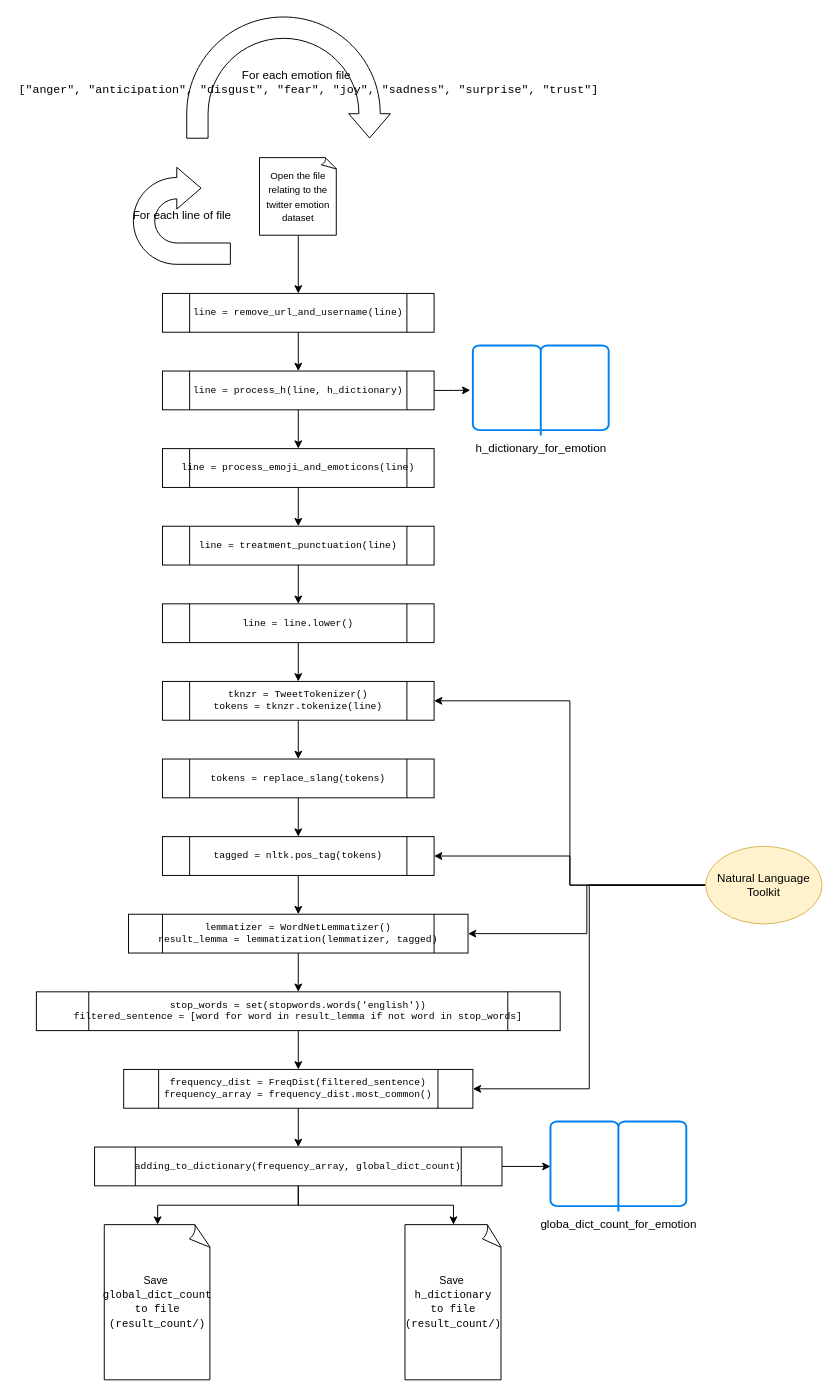
Above: silde/Untitled Diagram.drawio in lucaMari94/mongodb-sentiment-analysis (draw.io), before the change. Source tidied: cells renumbered, new cells numbered last; positions are measured from the earlier drawing's top-left corner, leaving out a move shared by most shapes. Both pictures are drawn from the tidied source at 97%, with x=0, y=0 at pixel (16, -25).
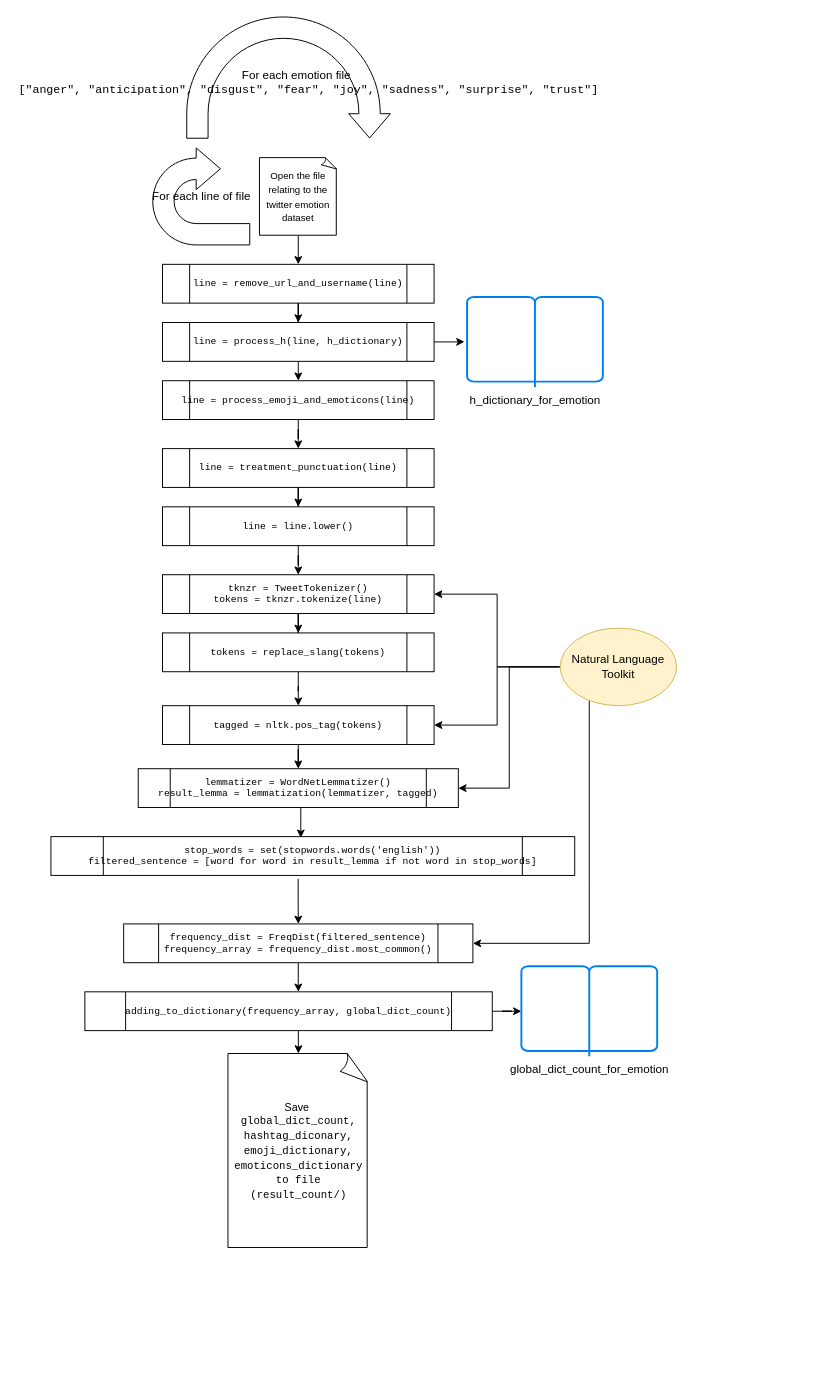
The same page after the edit.

Unchanged cells that the change refers to:
```xml
<mxCell id="5" value="&lt;font style=&quot;font-size: 10px&quot;&gt;Open the file relating to the twitter emotion dataset&lt;/font&gt;" style="whiteSpace=wrap;html=1;shape=mxgraph.basic.document;" parent="1" vertex="1">
  <mxGeometry x="250" y="188" width="80" height="80" as="geometry" />
</mxCell>
```

Diff of the diagram source:
```diff
@@
-    <mxCell id="2" style="edgeStyle=orthogonalEdgeStyle;rounded=0;jettySize=auto;html=1;" parent="1" edge="1" source="3" target="9">
+    <mxCell id="2" style="edgeStyle=orthogonalEdgeStyle;rounded=0;jettySize=auto;html=1;entryX=0.5;entryY=0;entryDx=0;entryDy=0;" parent="1" edge="1" source="3" target="9">
       <mxGeometry relative="1" as="geometry" />
     </mxCell>
     <mxCell id="3" value="&lt;pre style=&quot;font-family: &amp;#34;consolas&amp;#34;&quot;&gt;&lt;font style=&quot;font-size: 10px&quot;&gt;line = remove_url_and_username(line)&lt;/font&gt;&lt;/pre&gt;" style="shape=process;whiteSpace=wrap;html=1;backgroundOutline=1;" parent="1" vertex="1">
-      <mxGeometry x="150" y="328" width="280" height="40" as="geometry" />
+      <mxGeometry x="150" y="298" width="280" height="40" as="geometry" />
     </mxCell>
-    <mxCell id="4" style="edgeStyle=orthogonalEdgeStyle;rounded=0;jettySize=auto;html=1;" parent="1" edge="1" source="5" target="3">
-      <mxGeometry relative="1" as="geometry" />
+    <mxCell id="4" style="edgeStyle=orthogonalEdgeStyle;rounded=0;jettySize=auto;html=1;" parent="1" edge="1" source="5">
+      <mxGeometry relative="1" as="geometry">
+        <mxPoint x="290" y="298" as="targetPoint" />
+      </mxGeometry>
     </mxCell>
@@
     <mxCell id="6" value="For each line of file" style="html=1;shadow=0;dashed=0;align=center;verticalAlign=middle;shape=mxgraph.arrows2.uTurnArrow;dy=11;arrowHead=43;dx2=25;" parent="1" vertex="1">
-      <mxGeometry x="120" y="198" width="100" height="100" as="geometry" />
+      <mxGeometry x="140" y="178" width="100" height="100" as="geometry" />
     </mxCell>
-    <mxCell id="7" style="edgeStyle=orthogonalEdgeStyle;rounded=0;jettySize=auto;html=1;" parent="1" edge="1" source="9" target="11">
-      <mxGeometry relative="1" as="geometry" />
+    <mxCell id="7" style="edgeStyle=orthogonalEdgeStyle;rounded=0;jettySize=auto;html=1;exitX=0.5;exitY=1;exitDx=0;exitDy=0;" parent="1" edge="1" source="9" target="11">
+      <mxGeometry relative="1" as="geometry">
+        <Array as="points">
+          <mxPoint x="290" y="438" />
+          <mxPoint x="280" y="438" />
+        </Array>
+      </mxGeometry>
     </mxCell>
@@
     <mxCell id="9" value="&lt;pre style=&quot;font-family: &amp;#34;consolas&amp;#34; ; font-size: 10px&quot;&gt;&lt;pre style=&quot;font-family: &amp;#34;consolas&amp;#34;&quot;&gt;line = process_h(line&lt;span&gt;, &lt;/span&gt;h_dictionary)&lt;/pre&gt;&lt;/pre&gt;" style="shape=process;whiteSpace=wrap;html=1;backgroundOutline=1;" parent="1" vertex="1">
-      <mxGeometry x="150" y="408" width="280" height="40" as="geometry" />
+      <mxGeometry x="150" y="358" width="280" height="40" as="geometry" />
     </mxCell>
-    <mxCell id="10" style="edgeStyle=orthogonalEdgeStyle;rounded=0;jettySize=auto;html=1;" parent="1" edge="1" source="11" target="13">
+    <mxCell id="10" style="edgeStyle=orthogonalEdgeStyle;rounded=0;jettySize=auto;html=1;entryX=0.5;entryY=0;entryDx=0;entryDy=0;" parent="1" edge="1" source="11" target="13">
       <mxGeometry relative="1" as="geometry" />
     </mxCell>
     <mxCell id="11" value="&lt;pre style=&quot;font-family: &amp;#34;consolas&amp;#34;&quot;&gt;&lt;pre style=&quot;font-family: &amp;#34;consolas&amp;#34;&quot;&gt;&lt;pre style=&quot;font-family: &amp;#34;consolas&amp;#34;&quot;&gt;&lt;font style=&quot;font-size: 10px&quot;&gt;line = process_emoji_and_emoticons(line)&lt;/font&gt;&lt;/pre&gt;&lt;/pre&gt;&lt;/pre&gt;" style="shape=process;whiteSpace=wrap;html=1;backgroundOutline=1;" parent="1" vertex="1">
-      <mxGeometry x="150" y="488" width="280" height="40" as="geometry" />
+      <mxGeometry x="150" y="418" width="280" height="40" as="geometry" />
     </mxCell>
-    <mxCell id="12" style="edgeStyle=orthogonalEdgeStyle;rounded=0;jettySize=auto;html=1;" parent="1" edge="1" source="13" target="15">
+    <mxCell id="12" style="edgeStyle=orthogonalEdgeStyle;rounded=0;jettySize=auto;html=1;entryX=0.5;entryY=0;entryDx=0;entryDy=0;" parent="1" edge="1" source="13" target="15">
       <mxGeometry relative="1" as="geometry" />
     </mxCell>
     <mxCell id="13" value="&lt;pre style=&quot;font-family: &amp;#34;consolas&amp;#34;&quot;&gt;&lt;pre style=&quot;font-family: &amp;#34;consolas&amp;#34;&quot;&gt;&lt;pre style=&quot;font-family: &amp;#34;consolas&amp;#34;&quot;&gt;&lt;font style=&quot;font-size: 10px&quot;&gt;line = treatment_punctuation(line)&lt;/font&gt;&lt;/pre&gt;&lt;/pre&gt;&lt;/pre&gt;" style="shape=process;whiteSpace=wrap;html=1;backgroundOutline=1;" parent="1" vertex="1">
-      <mxGeometry x="150" y="568" width="280" height="40" as="geometry" />
+      <mxGeometry x="150" y="488" width="280" height="40" as="geometry" />
     </mxCell>
@@
     <mxCell id="15" value="&lt;pre style=&quot;font-family: &amp;#34;consolas&amp;#34;&quot;&gt;&lt;pre style=&quot;font-family: &amp;#34;consolas&amp;#34;&quot;&gt;&lt;pre style=&quot;font-family: &amp;#34;consolas&amp;#34;&quot;&gt;&lt;font style=&quot;font-size: 10px&quot;&gt;line = line.lower()&lt;/font&gt;&lt;/pre&gt;&lt;/pre&gt;&lt;/pre&gt;" style="shape=process;whiteSpace=wrap;html=1;backgroundOutline=1;" parent="1" vertex="1">
-      <mxGeometry x="150" y="648" width="280" height="40" as="geometry" />
+      <mxGeometry x="150" y="548" width="280" height="40" as="geometry" />
     </mxCell>
-    <mxCell id="16" style="edgeStyle=orthogonalEdgeStyle;rounded=0;jettySize=auto;html=1;" parent="1" edge="1" source="17" target="21">
+    <mxCell id="16" style="edgeStyle=orthogonalEdgeStyle;rounded=0;jettySize=auto;html=1;entryX=0.5;entryY=0;entryDx=0;entryDy=0;" parent="1" edge="1" source="17" target="21">
       <mxGeometry relative="1" as="geometry" />
     </mxCell>
     <mxCell id="17" value="&lt;pre style=&quot;font-family: &amp;#34;consolas&amp;#34;&quot;&gt;&lt;pre style=&quot;font-family: &amp;#34;consolas&amp;#34;&quot;&gt;&lt;pre style=&quot;font-family: &amp;#34;consolas&amp;#34;&quot;&gt;&lt;pre style=&quot;font-family: &amp;#34;consolas&amp;#34;&quot;&gt;&lt;font style=&quot;font-size: 10px&quot;&gt;tokens = replace_slang(tokens)&lt;/font&gt;&lt;/pre&gt;&lt;/pre&gt;&lt;/pre&gt;&lt;/pre&gt;" style="shape=process;whiteSpace=wrap;html=1;backgroundOutline=1;" parent="1" vertex="1">
-      <mxGeometry x="150" y="808" width="280" height="40" as="geometry" />
+      <mxGeometry x="150" y="678" width="280" height="40" as="geometry" />
     </mxCell>
-    <mxCell id="18" style="edgeStyle=orthogonalEdgeStyle;rounded=0;jettySize=auto;html=1;" parent="1" edge="1" source="19" target="17">
+    <mxCell id="18" style="edgeStyle=orthogonalEdgeStyle;rounded=0;jettySize=auto;html=1;entryX=0.5;entryY=0;entryDx=0;entryDy=0;" parent="1" edge="1" source="19" target="17">
       <mxGeometry relative="1" as="geometry" />
     </mxCell>
     <mxCell id="19" value="&lt;pre style=&quot;font-family: &amp;#34;consolas&amp;#34;&quot;&gt;&lt;pre style=&quot;font-family: &amp;#34;consolas&amp;#34;&quot;&gt;&lt;pre style=&quot;font-family: &amp;#34;consolas&amp;#34; ; font-size: 10px&quot;&gt;&lt;pre style=&quot;font-family: &amp;#34;consolas&amp;#34;&quot;&gt;tknzr = TweetTokenizer()&lt;br&gt;tokens = tknzr.tokenize(line)&lt;/pre&gt;&lt;/pre&gt;&lt;/pre&gt;&lt;/pre&gt;" style="shape=process;whiteSpace=wrap;html=1;backgroundOutline=1;" parent="1" vertex="1">
-      <mxGeometry x="150" y="728" width="280" height="40" as="geometry" />
+      <mxGeometry x="150" y="618" width="280" height="40" as="geometry" />
     </mxCell>
@@
     <mxCell id="21" value="&lt;pre style=&quot;font-family: &amp;#34;consolas&amp;#34;&quot;&gt;&lt;pre style=&quot;font-family: &amp;#34;consolas&amp;#34;&quot;&gt;&lt;pre style=&quot;font-family: &amp;#34;consolas&amp;#34;&quot;&gt;&lt;pre style=&quot;font-family: &amp;#34;consolas&amp;#34;&quot;&gt;&lt;pre style=&quot;font-family: &amp;#34;consolas&amp;#34;&quot;&gt;&lt;font style=&quot;font-size: 10px&quot;&gt;tagged = nltk.pos_tag(tokens)&lt;/font&gt;&lt;/pre&gt;&lt;/pre&gt;&lt;/pre&gt;&lt;/pre&gt;&lt;/pre&gt;" style="shape=process;whiteSpace=wrap;html=1;backgroundOutline=1;" parent="1" vertex="1">
-      <mxGeometry x="150" y="888" width="280" height="40" as="geometry" />
+      <mxGeometry x="150" y="753" width="280" height="40" as="geometry" />
     </mxCell>
-    <mxCell id="22" style="edgeStyle=orthogonalEdgeStyle;rounded=0;jettySize=auto;html=1;" parent="1" edge="1" source="23" target="25">
-      <mxGeometry relative="1" as="geometry" />
-    </mxCell>
     <mxCell id="23" value="&lt;pre style=&quot;font-family: &amp;#34;consolas&amp;#34;&quot;&gt;&lt;pre style=&quot;font-family: &amp;#34;consolas&amp;#34;&quot;&gt;&lt;pre style=&quot;font-family: &amp;#34;consolas&amp;#34;&quot;&gt;&lt;pre style=&quot;font-family: &amp;#34;consolas&amp;#34;&quot;&gt;&lt;pre style=&quot;font-family: &amp;#34;consolas&amp;#34; ; font-size: 10px&quot;&gt;&lt;pre style=&quot;font-family: &amp;#34;consolas&amp;#34;&quot;&gt;lemmatizer = WordNetLemmatizer()&lt;br&gt;result_lemma = lemmatization(lemmatizer&lt;span&gt;, &lt;/span&gt;tagged)&lt;/pre&gt;&lt;/pre&gt;&lt;/pre&gt;&lt;/pre&gt;&lt;/pre&gt;&lt;/pre&gt;" style="shape=process;whiteSpace=wrap;html=1;backgroundOutline=1;" parent="1" vertex="1">
-      <mxGeometry x="115" y="968" width="350" height="40" as="geometry" />
+      <mxGeometry x="125" y="818" width="330" height="40" as="geometry" />
     </mxCell>
-    <mxCell id="24" style="edgeStyle=orthogonalEdgeStyle;rounded=0;jettySize=auto;html=1;" parent="1" edge="1" source="25" target="27">
+    <mxCell id="24" style="edgeStyle=orthogonalEdgeStyle;rounded=0;jettySize=auto;html=1;entryX=0.5;entryY=0;entryDx=0;entryDy=0;exitX=0.472;exitY=1.09;exitDx=0;exitDy=0;exitPerimeter=0;" parent="1" edge="1" source="25" target="27">
       <mxGeometry relative="1" as="geometry" />
     </mxCell>
     <mxCell id="25" value="&lt;pre style=&quot;font-family: &amp;#34;consolas&amp;#34;&quot;&gt;&lt;pre style=&quot;font-family: &amp;#34;consolas&amp;#34;&quot;&gt;&lt;pre style=&quot;font-family: &amp;#34;consolas&amp;#34;&quot;&gt;&lt;pre style=&quot;font-family: &amp;#34;consolas&amp;#34;&quot;&gt;&lt;pre style=&quot;font-family: &amp;#34;consolas&amp;#34;&quot;&gt;&lt;pre style=&quot;font-family: &amp;#34;consolas&amp;#34; ; font-size: 10px&quot;&gt;&lt;pre style=&quot;font-family: &amp;#34;consolas&amp;#34;&quot;&gt;stop_words = &lt;span&gt;set&lt;/span&gt;(stopwords.words(&lt;span&gt;'english'&lt;/span&gt;))&lt;br&gt;filtered_sentence = [word &lt;span&gt;for &lt;/span&gt;word &lt;span&gt;in &lt;/span&gt;result_lemma &lt;span&gt;if not &lt;/span&gt;word &lt;span&gt;in &lt;/span&gt;stop_words]&lt;/pre&gt;&lt;/pre&gt;&lt;/pre&gt;&lt;/pre&gt;&lt;/pre&gt;&lt;/pre&gt;&lt;/pre&gt;" style="shape=process;whiteSpace=wrap;html=1;backgroundOutline=1;" parent="1" vertex="1">
-      <mxGeometry x="20" y="1048" width="540" height="40" as="geometry" />
+      <mxGeometry x="35" y="888" width="540" height="40" as="geometry" />
     </mxCell>
-    <mxCell id="26" style="edgeStyle=orthogonalEdgeStyle;rounded=0;jettySize=auto;html=1;" parent="1" edge="1" source="27" target="31">
+    <mxCell id="26" style="edgeStyle=orthogonalEdgeStyle;rounded=0;jettySize=auto;html=1;entryX=0.524;entryY=0;entryDx=0;entryDy=0;entryPerimeter=0;" parent="1" edge="1" source="27" target="31">
       <mxGeometry relative="1" as="geometry" />
     </mxCell>
     <mxCell id="27" value="&lt;pre style=&quot;font-family: &amp;#34;consolas&amp;#34;&quot;&gt;&lt;pre style=&quot;font-family: &amp;#34;consolas&amp;#34;&quot;&gt;&lt;pre style=&quot;font-family: &amp;#34;consolas&amp;#34;&quot;&gt;&lt;pre style=&quot;font-family: &amp;#34;consolas&amp;#34;&quot;&gt;&lt;pre style=&quot;font-family: &amp;#34;consolas&amp;#34;&quot;&gt;&lt;pre style=&quot;font-family: &amp;#34;consolas&amp;#34; ; font-size: 10px&quot;&gt;&lt;pre style=&quot;font-family: &amp;#34;consolas&amp;#34;&quot;&gt;frequency_dist = FreqDist(filtered_sentence)&lt;br&gt;frequency_array = frequency_dist.most_common()&lt;/pre&gt;&lt;/pre&gt;&lt;/pre&gt;&lt;/pre&gt;&lt;/pre&gt;&lt;/pre&gt;&lt;/pre&gt;" style="shape=process;whiteSpace=wrap;html=1;backgroundOutline=1;" parent="1" vertex="1">
-      <mxGeometry x="110" y="1128" width="360" height="40" as="geometry" />
+      <mxGeometry x="110" y="978" width="360" height="40" as="geometry" />
     </mxCell>
-    <mxCell id="28" style="edgeStyle=orthogonalEdgeStyle;rounded=0;jettySize=auto;html=1;" parent="1" edge="1" source="31" target="32">
+    <mxCell id="28" style="edgeStyle=orthogonalEdgeStyle;rounded=0;jettySize=auto;html=1;exitX=0.524;exitY=1;exitDx=0;exitDy=0;exitPerimeter=0;" parent="1" edge="1" source="31" target="32">
       <mxGeometry relative="1" as="geometry" />
     </mxCell>
-    <mxCell id="29" style="edgeStyle=orthogonalEdgeStyle;rounded=0;jettySize=auto;html=1;entryX=0.5;entryY=0;entryDx=0;entryDy=0;entryPerimeter=0;" parent="1" edge="1" source="31" target="33">
-      <mxGeometry relative="1" as="geometry" />
-    </mxCell>
@@
     <mxCell id="31" value="&lt;pre style=&quot;font-family: &amp;#34;consolas&amp;#34;&quot;&gt;&lt;pre style=&quot;font-family: &amp;#34;consolas&amp;#34;&quot;&gt;&lt;pre style=&quot;font-family: &amp;#34;consolas&amp;#34;&quot;&gt;&lt;pre style=&quot;font-family: &amp;#34;consolas&amp;#34;&quot;&gt;&lt;pre style=&quot;font-family: &amp;#34;consolas&amp;#34;&quot;&gt;&lt;pre style=&quot;font-family: &amp;#34;consolas&amp;#34;&quot;&gt;&lt;pre style=&quot;font-family: &amp;#34;consolas&amp;#34; ; font-size: 10px&quot;&gt;&lt;pre style=&quot;font-family: &amp;#34;consolas&amp;#34;&quot;&gt;adding_to_dictionary(frequency_array&lt;span&gt;, &lt;/span&gt;global_dict_count)&lt;/pre&gt;&lt;/pre&gt;&lt;/pre&gt;&lt;/pre&gt;&lt;/pre&gt;&lt;/pre&gt;&lt;/pre&gt;&lt;/pre&gt;" style="shape=process;whiteSpace=wrap;html=1;backgroundOutline=1;" parent="1" vertex="1">
-      <mxGeometry x="80" y="1208" width="420" height="40" as="geometry" />
+      <mxGeometry x="70" y="1048" width="420" height="40" as="geometry" />
     </mxCell>
-    <mxCell id="32" value="&lt;font style=&quot;font-size: 11px&quot;&gt;Save&amp;nbsp;&lt;br&gt;&lt;/font&gt;&lt;span style=&quot;font-family: &amp;#34;consolas&amp;#34; ; font-size: 11px&quot;&gt;&lt;font style=&quot;font-size: 11px&quot;&gt;global_dict_count&lt;br&gt;to file&lt;br&gt;(result_count/)&lt;/font&gt;&lt;br&gt;&lt;/span&gt;" style="whiteSpace=wrap;html=1;shape=mxgraph.basic.document;" parent="1" vertex="1">
-      <mxGeometry x="90" y="1288" width="110" height="160" as="geometry" />
+    <mxCell id="32" value="&lt;font style=&quot;font-size: 11px&quot;&gt;Save&amp;nbsp;&lt;br&gt;&lt;/font&gt;&lt;span style=&quot;font-family: &amp;#34;consolas&amp;#34; ; font-size: 11px&quot;&gt;&lt;font style=&quot;font-size: 11px&quot;&gt;global_dict_count,&lt;br&gt;hashtag_diconary,&lt;br&gt;emoji_dictionary,&lt;br&gt;emoticons_dictionary&lt;br&gt;to file&lt;br&gt;(result_count/)&lt;/font&gt;&lt;br&gt;&lt;/span&gt;" style="whiteSpace=wrap;html=1;shape=mxgraph.basic.document;" parent="1" vertex="1">
+      <mxGeometry x="217.5" y="1111.6" width="145" height="200" as="geometry" />
     </mxCell>
-    <mxCell id="33" value="&lt;font style=&quot;font-size: 11px&quot;&gt;Save&amp;nbsp;&lt;br&gt;&lt;span style=&quot;font-family: &amp;#34;consolas&amp;#34;&quot;&gt;h_dictionary&lt;/span&gt;&lt;br&gt;&lt;/font&gt;&lt;span style=&quot;font-family: &amp;#34;consolas&amp;#34; ; font-size: 11px&quot;&gt;&lt;font style=&quot;font-size: 11px&quot;&gt;to file&lt;br&gt;(result_count/)&lt;/font&gt;&lt;br&gt;&lt;/span&gt;" style="whiteSpace=wrap;html=1;shape=mxgraph.basic.document;" parent="1" vertex="1">
-      <mxGeometry x="400" y="1288" width="100" height="160" as="geometry" />
-    </mxCell>
-    <mxCell id="34" value="globa_dict_count_for_emotion" style="html=1;verticalLabelPosition=bottom;align=center;labelBackgroundColor=#ffffff;verticalAlign=top;strokeWidth=2;strokeColor=#0080F0;shadow=0;dashed=0;shape=mxgraph.ios7.icons.book;" parent="1" vertex="1">
-      <mxGeometry x="550" y="1181.6" width="140" height="92.8" as="geometry" />
+    <mxCell id="34" value="global_dict_count_for_emotion" style="html=1;verticalLabelPosition=bottom;align=center;labelBackgroundColor=#ffffff;verticalAlign=top;strokeWidth=2;strokeColor=#0080F0;shadow=0;dashed=0;shape=mxgraph.ios7.icons.book;" parent="1" vertex="1">
+      <mxGeometry x="520" y="1021.6" width="140" height="92.8" as="geometry" />
     </mxCell>
     <mxCell id="35" value="h_dictionary_for_emotion" style="html=1;verticalLabelPosition=bottom;align=center;labelBackgroundColor=#ffffff;verticalAlign=top;strokeWidth=2;strokeColor=#0080F0;shadow=0;dashed=0;shape=mxgraph.ios7.icons.book;" parent="1" vertex="1">
-      <mxGeometry x="470" y="381.6" width="140" height="92.8" as="geometry" />
+      <mxGeometry x="464" y="331.6" width="140" height="92.8" as="geometry" />
     </mxCell>
@@
     <mxCell id="42" style="edgeStyle=orthogonalEdgeStyle;rounded=0;jettySize=auto;html=1;entryX=1;entryY=0.5;entryDx=0;entryDy=0;" parent="1" edge="1" source="43" target="27">
       <mxGeometry relative="1" as="geometry">
         <Array as="points">
           <mxPoint x="590" y="938" />
-          <mxPoint x="590" y="1148" />
+          <mxPoint x="590" y="1108" />
         </Array>
       </mxGeometry>
     </mxCell>
     <mxCell id="43" value="Natural Language Toolkit" style="ellipse;whiteSpace=wrap;html=1;fillColor=#fff2cc;strokeColor=#d6b656;" parent="1" vertex="1">
-      <mxGeometry x="710" y="898" width="120" height="80" as="geometry" />
+      <mxGeometry x="560" y="673" width="120" height="80" as="geometry" />
     </mxCell>
+    <mxCell id="22" style="edgeStyle=orthogonalEdgeStyle;rounded=0;jettySize=auto;html=1;exitX=0.5;exitY=1;exitDx=0;exitDy=0;entryX=0.477;entryY=0.03;entryDx=0;entryDy=0;entryPerimeter=0;" parent="1" edge="1" source="23" target="25">
+      <mxGeometry relative="1" as="geometry" />
+    </mxCell>
```
